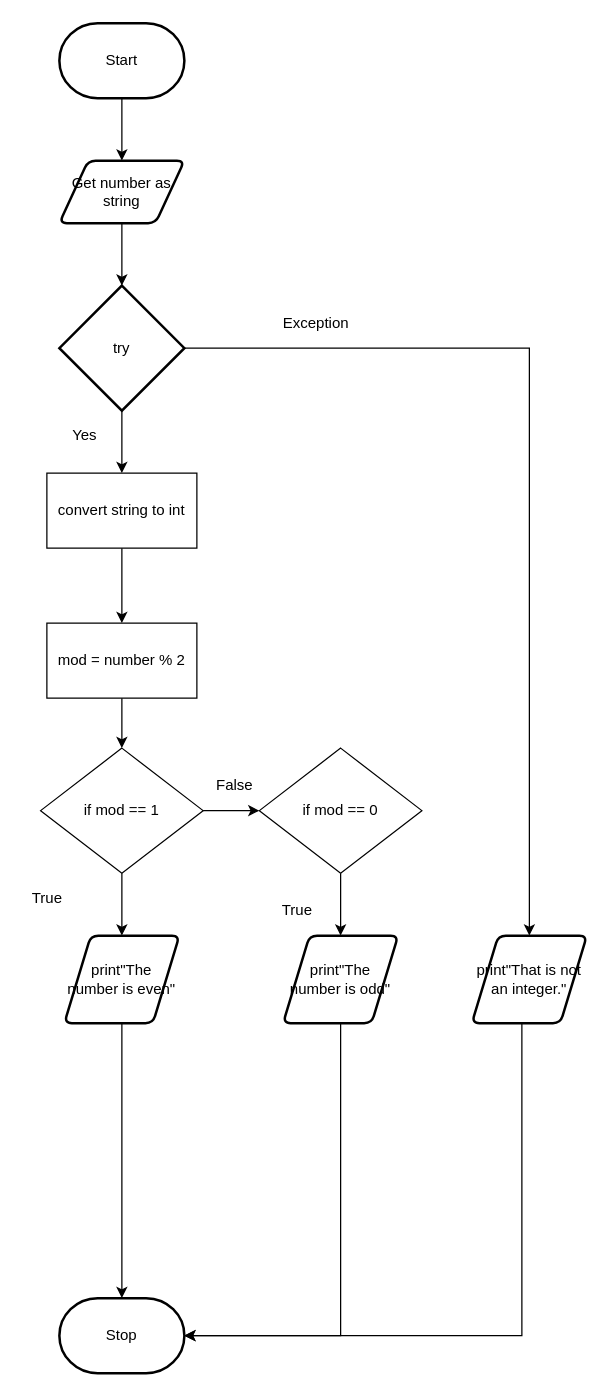
Above: flowchart.drawio in michael-clermont1/ICS3U-Assignment-3-Python (draw.io), before the change. Source tidied: cells renumbered, new cells numbered last; positions are measured from the earlier drawing's top-left corner, leaving out a move shared by most shapes. Both pictures are drawn from the tidied source at 125%, with x=0, y=0 at pixel (21, 22).
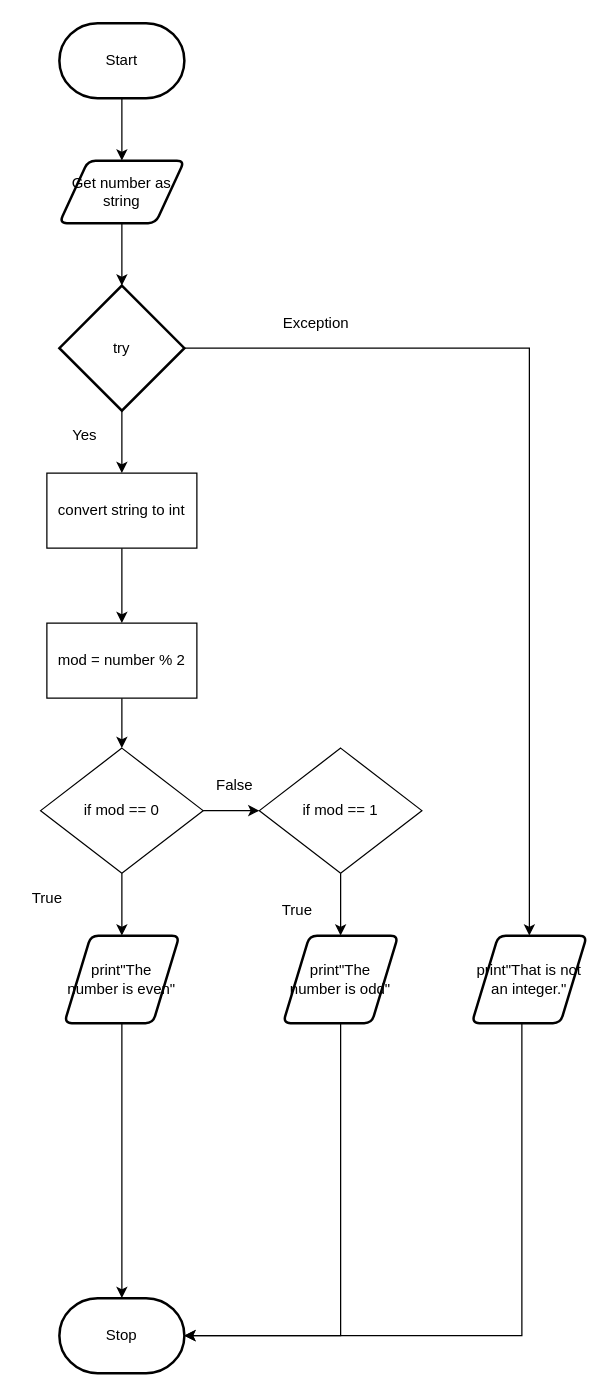
The same diagram, later.

Diff of the diagram source:
```diff
@@
-    <mxCell id="11" value="&lt;span&gt;if mod == 1&lt;/span&gt;" style="rhombus;whiteSpace=wrap;html=1;" parent="1" vertex="1">
+    <mxCell id="11" value="&lt;span&gt;if mod == 0&lt;/span&gt;" style="rhombus;whiteSpace=wrap;html=1;" parent="1" vertex="1">
       <mxGeometry x="15" y="580" width="130" height="100" as="geometry" />
     </mxCell>
@@
-    <mxCell id="21" value="&lt;span&gt;if mod == 0&lt;/span&gt;" style="rhombus;whiteSpace=wrap;html=1;" parent="1" vertex="1">
+    <mxCell id="21" value="&lt;span&gt;if mod == 1&lt;/span&gt;" style="rhombus;whiteSpace=wrap;html=1;" parent="1" vertex="1">
       <mxGeometry x="190" y="580" width="130" height="100" as="geometry" />
     </mxCell>
```
